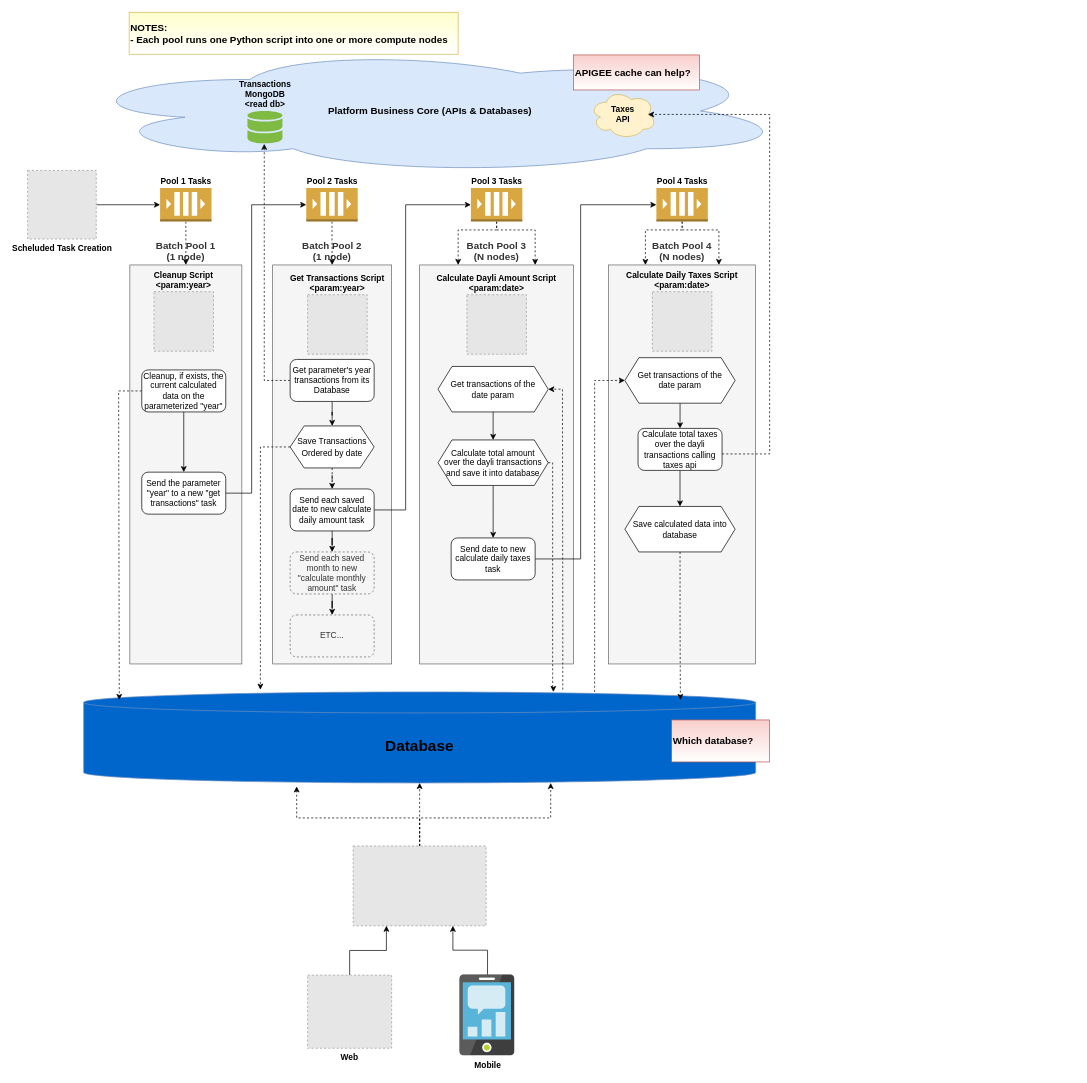
Before: docs/POC-Diagrams.drawio in vagner-nascimento/poc-bigdata, a draw.io diagram. Source tidied: cells renumbered, new cells numbered last; positions are measured from the earlier drawing's top-left corner, leaving out a move shared by most shapes. Both pictures are drawn from the tidied source at 70%, with x=0, y=0 at pixel (27, 12). Pictures stored in the file or linked from it are replaced by grey dashed boxes.
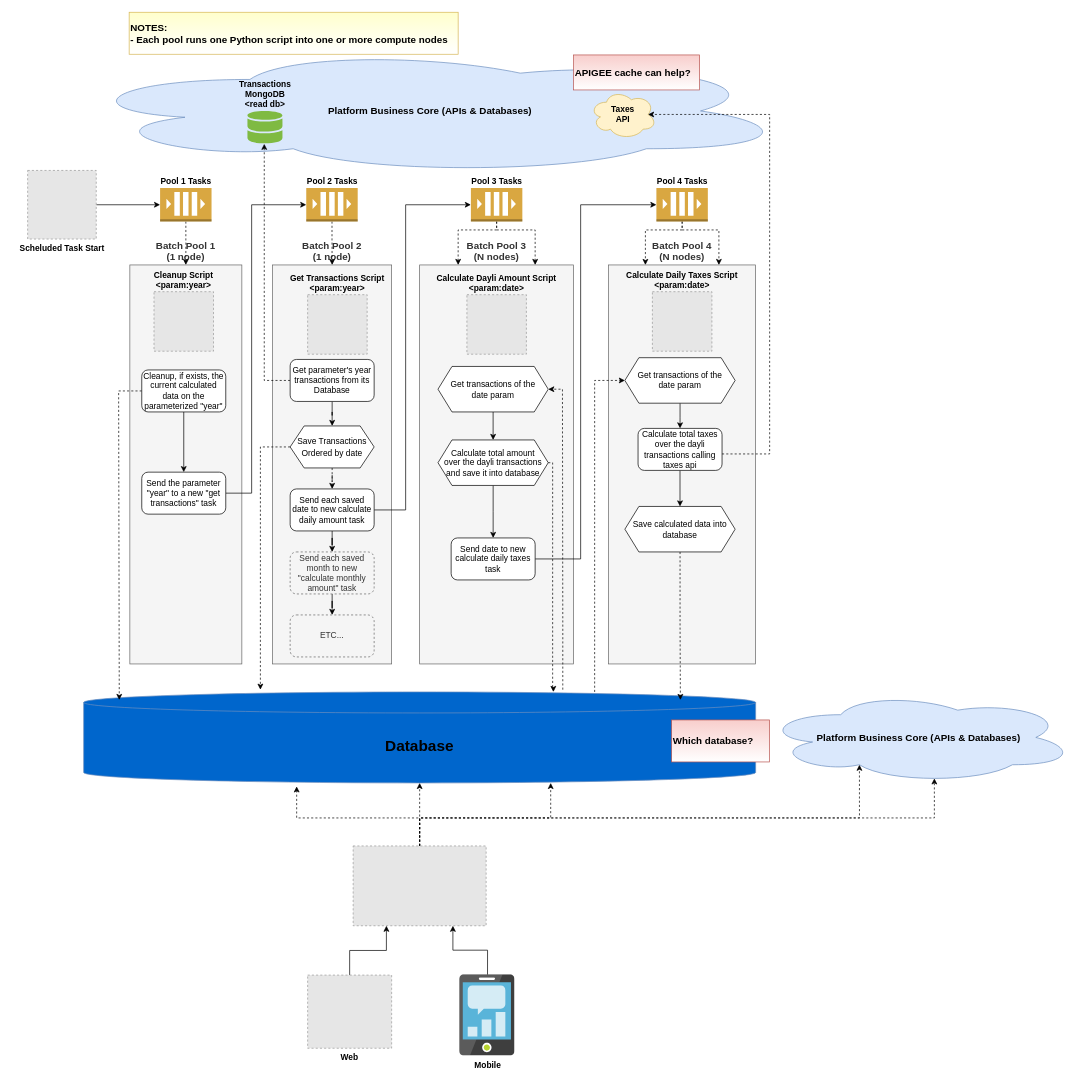
The same diagram, later.

The change refers to these unchanged cells:
```xml
<mxCell id="52" style="fillColor=#E6E6E6;strokeColor=#999999;dashed=1;verticalLabelPosition=bottom;labelBackgroundColor=default;verticalAlign=top;" parent="1" vertex="1">
  <mxGeometry x="465" y="1191" width="190" height="114" as="geometry" />
</mxCell>
```

The edit, as a diff of the source:
```diff
@@
+    <mxCell id="70" style="edgeStyle=orthogonalEdgeStyle;rounded=0;jettySize=auto;html=1;entryX=0.31;entryY=0.8;entryDx=0;entryDy=0;entryPerimeter=0;dashed=1;" parent="1" edge="1" source="52" target="72">
+      <mxGeometry relative="1" as="geometry">
+        <Array as="points">
+          <mxPoint x="560" y="1151" />
+          <mxPoint x="1188" y="1151" />
+        </Array>
+      </mxGeometry>
+    </mxCell>
+    <mxCell id="71" style="edgeStyle=orthogonalEdgeStyle;rounded=0;jettySize=auto;html=1;entryX=0.55;entryY=0.95;entryDx=0;entryDy=0;entryPerimeter=0;dashed=1;" parent="1" edge="1" source="52" target="72">
+      <mxGeometry relative="1" as="geometry">
+        <Array as="points">
+          <mxPoint x="560" y="1151" />
+          <mxPoint x="1295" y="1151" />
+        </Array>
+      </mxGeometry>
+    </mxCell>
@@
-    <mxCell id="66" value="Scheluded Task Creation" style="fillColor=#E6E6E6;strokeColor=#999999;dashed=1;html=1;verticalAlign=top;verticalLabelPosition=bottom;labelBackgroundColor=#ffffff;fontStyle=1;" parent="1" vertex="1">
+    <mxCell id="66" value="Scheluded Task Start" style="fillColor=#E6E6E6;strokeColor=#999999;dashed=1;html=1;verticalAlign=top;verticalLabelPosition=bottom;labelBackgroundColor=#ffffff;fontStyle=1;" parent="1" vertex="1">
       <mxGeometry y="226" width="98" height="98" as="geometry" />
     </mxCell>
@@
+    <mxCell id="72" value="Platform Business Core (APIs &amp;amp; Databases)" style="ellipse;shape=cloud;whiteSpace=wrap;html=1;fillColor=#dae8fc;strokeColor=#6c8ebf;labelPosition=center;verticalLabelPosition=middle;align=center;verticalAlign=middle;fontStyle=1;fontSize=14;" parent="1" vertex="1">
+      <mxGeometry x="1050" y="971" width="446" height="130" as="geometry" />
+    </mxCell>
```
